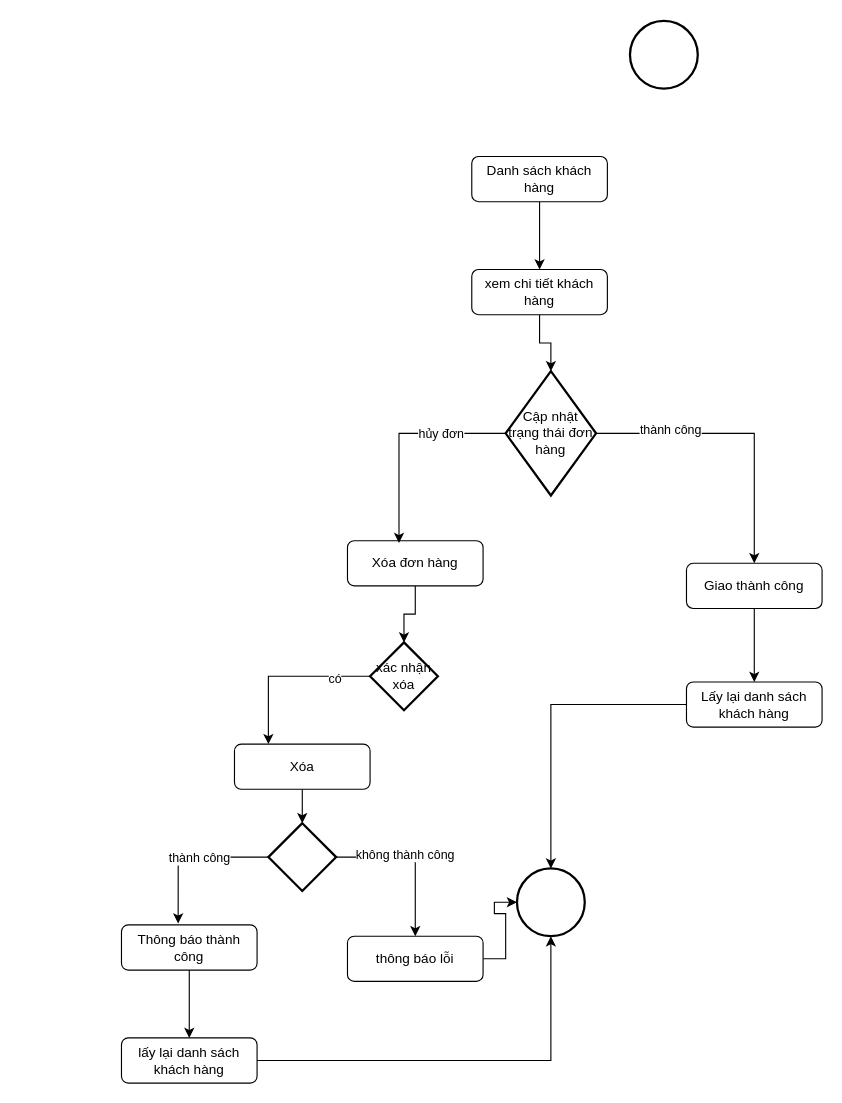
Earlier version of the draw.io diagram donhang/ChitietKhachhang-Capnhat.drawio (duongquocvu0411/CDSG-CNPM). Source tidied: cells renumbered, new cells numbered last; positions are measured from the earlier drawing's top-left corner, leaving out a move shared by most shapes. Both pictures are drawn from the tidied source at 113%, with x=0, y=0 at pixel (121, 20).
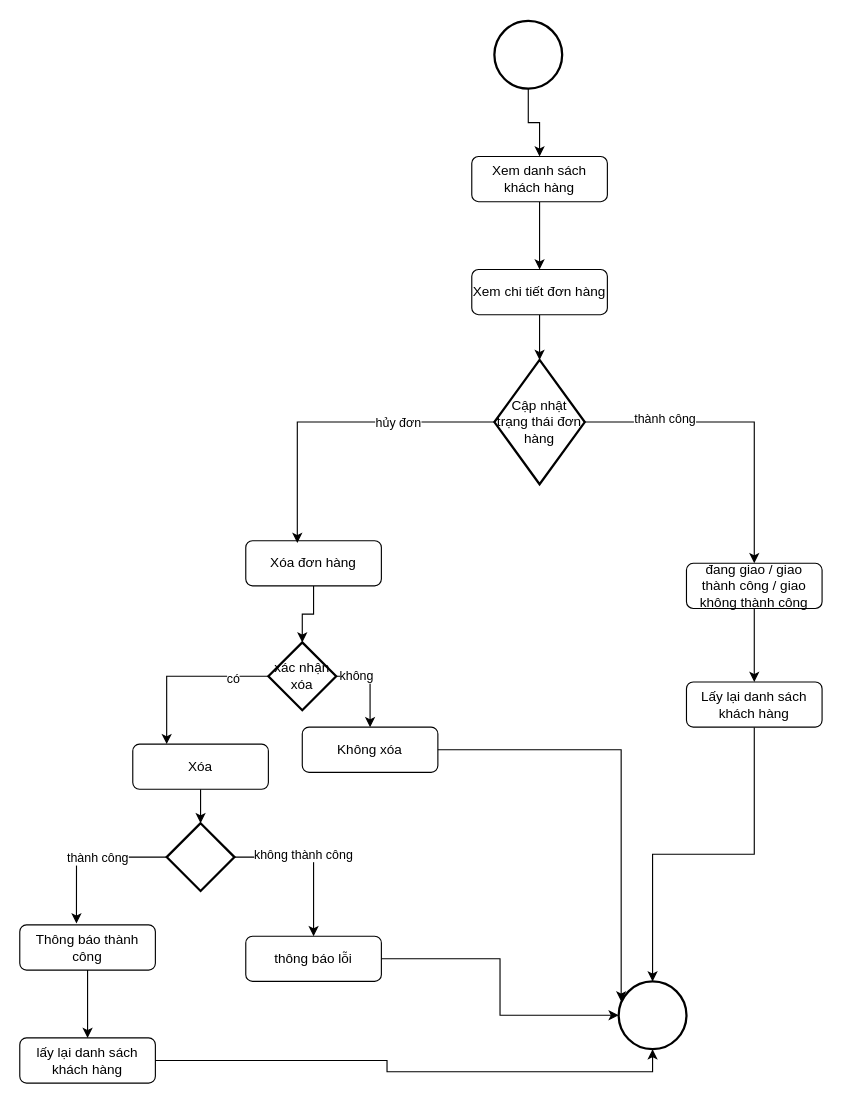
Above is the later version.

The edit, as a diff of the source:
```diff
@@
-    <mxCell id="3" value="Danh sách khách hàng" style="rounded=1;whiteSpace=wrap;html=1;fontSize=12;glass=0;strokeWidth=1;shadow=0;" parent="1" vertex="1">
+    <mxCell id="3" value="Xem danh sách khách hàng" style="rounded=1;whiteSpace=wrap;html=1;fontSize=12;glass=0;strokeWidth=1;shadow=0;" parent="1" vertex="1">
       <mxGeometry x="310" y="120" width="120" height="40" as="geometry" />
     </mxCell>
+    <mxCell id="35" style="edgeStyle=orthogonalEdgeStyle;rounded=0;jettySize=auto;html=1;" parent="1" edge="1" source="4" target="3">
+      <mxGeometry relative="1" as="geometry" />
+    </mxCell>
     <mxCell id="4" style="strokeWidth=2;html=1;shape=mxgraph.flowchart.start_2;whiteSpace=wrap;" parent="1" vertex="1">
-      <mxGeometry x="450" width="60" height="60" as="geometry" />
+      <mxGeometry x="330" width="60" height="60" as="geometry" />
     </mxCell>
     <mxCell id="5" style="strokeWidth=2;html=1;shape=mxgraph.flowchart.start_2;whiteSpace=wrap;" parent="1" vertex="1">
-      <mxGeometry x="350" y="750" width="60" height="60" as="geometry" />
+      <mxGeometry x="440" y="850" width="60" height="60" as="geometry" />
     </mxCell>
@@
-    <mxCell id="7" value="xem chi tiết khách hàng" style="rounded=1;whiteSpace=wrap;html=1;fontSize=12;glass=0;strokeWidth=1;shadow=0;" parent="1" vertex="1">
+    <mxCell id="7" value="Xem chi tiết đơn hàng" style="rounded=1;whiteSpace=wrap;html=1;fontSize=12;glass=0;strokeWidth=1;shadow=0;" parent="1" vertex="1">
       <mxGeometry x="310" y="220" width="120" height="40" as="geometry" />
     </mxCell>
@@
     <mxCell id="10" value="Cập nhật trạng thái đơn hàng" style="strokeWidth=2;html=1;shape=mxgraph.flowchart.decision;whiteSpace=wrap;" parent="1" vertex="1">
-      <mxGeometry x="340" y="310" width="80" height="110" as="geometry" />
+      <mxGeometry x="330" y="300" width="80" height="110" as="geometry" />
     </mxCell>
@@
     <mxCell id="12" value="Xóa đơn hàng" style="rounded=1;whiteSpace=wrap;html=1;fontSize=12;glass=0;strokeWidth=1;shadow=0;" parent="1" vertex="1">
-      <mxGeometry x="200" y="460" width="120" height="40" as="geometry" />
+      <mxGeometry x="110" y="460" width="120" height="40" as="geometry" />
     </mxCell>
@@
     <mxCell id="16" value="Xóa" style="rounded=1;whiteSpace=wrap;html=1;fontSize=12;glass=0;strokeWidth=1;shadow=0;" parent="1" vertex="1">
-      <mxGeometry x="100" y="640" width="120" height="40" as="geometry" />
+      <mxGeometry x="10" y="640" width="120" height="40" as="geometry" />
     </mxCell>
@@
+    <mxCell id="36" style="edgeStyle=orthogonalEdgeStyle;rounded=0;jettySize=auto;html=1;exitX=1;exitY=0.5;exitDx=0;exitDy=0;exitPerimeter=0;" parent="1" edge="1" source="19" target="38">
+      <mxGeometry relative="1" as="geometry" />
+    </mxCell>
+    <mxCell id="37" value="không" style="edgeLabel;html=1;align=center;verticalAlign=middle;" parent="36" vertex="1">
+      <mxGeometry x="-0.54" y="1" relative="1" as="geometry" />
+    </mxCell>
     <mxCell id="19" value="xác nhận xóa" style="strokeWidth=2;html=1;shape=mxgraph.flowchart.decision;whiteSpace=wrap;" parent="1" vertex="1">
-      <mxGeometry x="220" y="550" width="60" height="60" as="geometry" />
+      <mxGeometry x="130" y="550" width="60" height="60" as="geometry" />
     </mxCell>
@@
     <mxCell id="21" value="Thông báo thành công" style="rounded=1;whiteSpace=wrap;html=1;fontSize=12;glass=0;strokeWidth=1;shadow=0;" parent="1" vertex="1">
-      <mxGeometry y="800" width="120" height="40" as="geometry" />
+      <mxGeometry x="-90" y="800" width="120" height="40" as="geometry" />
     </mxCell>
@@
     <mxCell id="24" style="strokeWidth=2;html=1;shape=mxgraph.flowchart.decision;whiteSpace=wrap;" parent="1" vertex="1">
-      <mxGeometry x="130" y="710" width="60" height="60" as="geometry" />
+      <mxGeometry x="40" y="710" width="60" height="60" as="geometry" />
     </mxCell>
@@
     <mxCell id="27" value="lấy lại danh sách khách hàng" style="rounded=1;whiteSpace=wrap;html=1;fontSize=12;glass=0;strokeWidth=1;shadow=0;" parent="1" vertex="1">
-      <mxGeometry y="900" width="120" height="40" as="geometry" />
+      <mxGeometry x="-90" y="900" width="120" height="40" as="geometry" />
     </mxCell>
@@
     <mxCell id="30" value="thông báo lỗi" style="rounded=1;whiteSpace=wrap;html=1;fontSize=12;glass=0;strokeWidth=1;shadow=0;" parent="1" vertex="1">
-      <mxGeometry x="200" y="810" width="120" height="40" as="geometry" />
+      <mxGeometry x="110" y="810" width="120" height="40" as="geometry" />
     </mxCell>
@@
-    <mxCell id="32" value="Giao thành công" style="rounded=1;whiteSpace=wrap;html=1;fontSize=12;glass=0;strokeWidth=1;shadow=0;" parent="1" vertex="1">
+    <mxCell id="32" value="đang giao / giao thành công / giao không thành công" style="rounded=1;whiteSpace=wrap;html=1;fontSize=12;glass=0;strokeWidth=1;shadow=0;" parent="1" vertex="1">
       <mxGeometry x="500" y="480" width="120" height="40" as="geometry" />
     </mxCell>
@@
+    <mxCell id="38" value="Không xóa" style="rounded=1;whiteSpace=wrap;html=1;fontSize=12;glass=0;strokeWidth=1;shadow=0;" parent="1" vertex="1">
+      <mxGeometry x="160" y="625" width="120" height="40" as="geometry" />
+    </mxCell>
+    <mxCell id="39" style="edgeStyle=orthogonalEdgeStyle;rounded=0;jettySize=auto;html=1;entryX=0.037;entryY=0.297;entryDx=0;entryDy=0;entryPerimeter=0;" parent="1" edge="1" source="38" target="5">
+      <mxGeometry relative="1" as="geometry" />
+    </mxCell>
```
